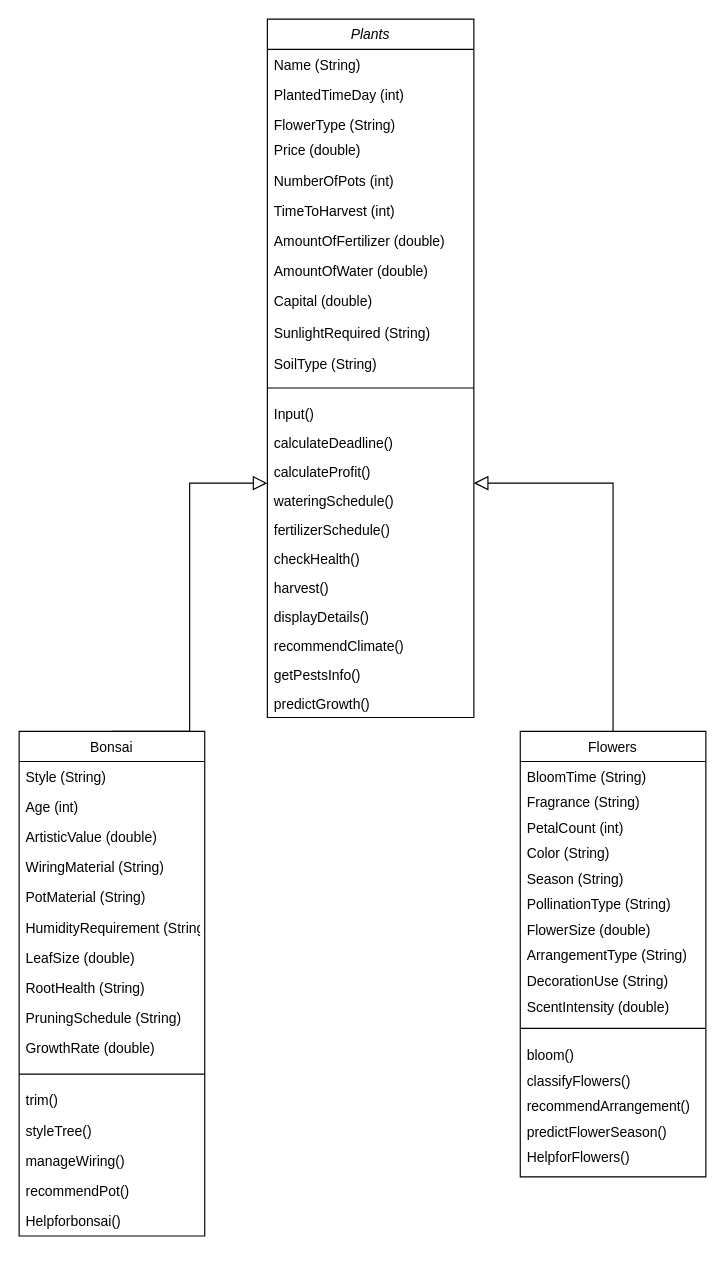
The draw.io diagram Untitled Diagram.drawio in NgoAnhThanThien/thanthien123, before the edit. Source tidied: cells renumbered, new cells numbered last; positions are measured from the earlier drawing's top-left corner, leaving out a move shared by most shapes. Both pictures are drawn from the tidied source at 116%, with x=0, y=0 at pixel (19, 19).
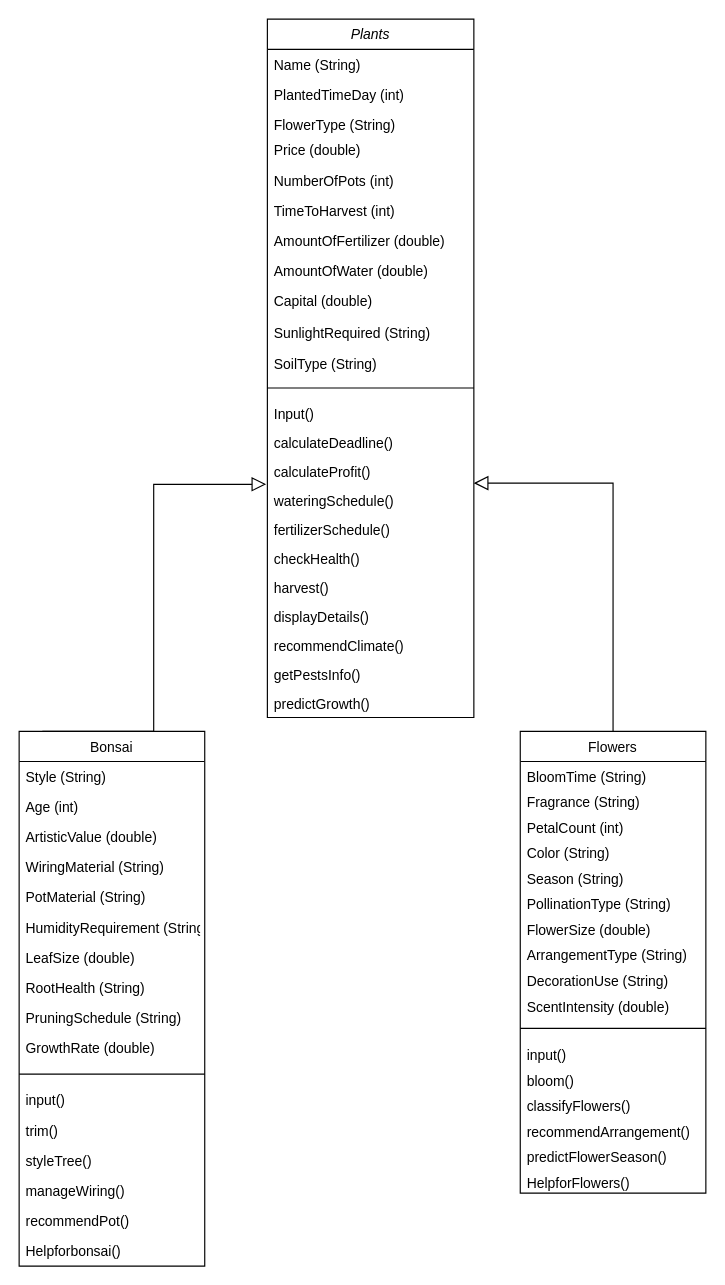
The same page after the edit.

Unchanged cells that the change refers to:
```xml
<mxCell id="18" value="wateringSchedule()" style="text;align=left;verticalAlign=top;spacingLeft=4;spacingRight=4;overflow=hidden;points=[[0,0.5],[1,0.5]];portConstraint=eastwest;" parent="2" vertex="1">
  <mxGeometry y="402" width="178" height="25" as="geometry" />
</mxCell>
```

Change to the diagram source:
```diff
@@
     <mxCell id="26" value="Bonsai" style="swimlane;fontStyle=0;align=center;verticalAlign=top;horizontal=1;startSize=26;rounded=0;shadow=0;strokeWidth=1;" parent="1" vertex="1">
-      <mxGeometry y="614" width="160" height="435" as="geometry" />
+      <mxGeometry y="614" width="160" height="461" as="geometry" />
     </mxCell>
@@
+    <mxCell id="62" value="input()" style="text;align=left;verticalAlign=top;spacingLeft=4;spacingRight=4;overflow=hidden;rounded=0;shadow=0;html=0;" parent="26" vertex="1">
+      <mxGeometry y="305" width="160" height="26" as="geometry" />
+    </mxCell>
     <mxCell id="38" value="trim()" style="text;align=left;verticalAlign=top;spacingLeft=4;spacingRight=4;overflow=hidden;rounded=0;shadow=0;html=0;" parent="26" vertex="1">
-      <mxGeometry y="305" width="160" height="26" as="geometry" />
+      <mxGeometry y="331" width="160" height="26" as="geometry" />
     </mxCell>
     <mxCell id="39" value="styleTree()" style="text;align=left;verticalAlign=top;spacingLeft=4;spacingRight=4;overflow=hidden;rounded=0;shadow=0;html=0;" parent="26" vertex="1">
-      <mxGeometry y="331" width="160" height="26" as="geometry" />
+      <mxGeometry y="357" width="160" height="26" as="geometry" />
     </mxCell>
     <mxCell id="40" value="manageWiring()" style="text;align=left;verticalAlign=top;spacingLeft=4;spacingRight=4;overflow=hidden;" parent="26" vertex="1">
-      <mxGeometry y="357" width="160" height="26" as="geometry" />
+      <mxGeometry y="383" width="160" height="26" as="geometry" />
     </mxCell>
     <mxCell id="41" value="recommendPot()" style="text;align=left;verticalAlign=top;spacingLeft=4;spacingRight=4;overflow=hidden;" parent="26" vertex="1">
-      <mxGeometry y="383" width="160" height="26" as="geometry" />
+      <mxGeometry y="409" width="160" height="26" as="geometry" />
     </mxCell>
     <mxCell id="42" value="Helpforbonsai()" style="text;align=left;verticalAlign=top;spacingLeft=4;spacingRight=4;overflow=hidden;" parent="26" vertex="1">
-      <mxGeometry y="409" width="160" height="26" as="geometry" />
+      <mxGeometry y="435" width="160" height="26" as="geometry" />
     </mxCell>
-    <mxCell id="43" style="endArrow=block;endSize=10;endFill=0;shadow=0;strokeWidth=1;rounded=0;edgeStyle=elbowEdgeStyle;exitX=0.5;exitY=0;exitDx=0;exitDy=0;" parent="1" edge="1" source="26">
+    <mxCell id="43" style="endArrow=block;endSize=10;endFill=0;shadow=0;strokeWidth=1;rounded=0;edgeStyle=elbowEdgeStyle;entryX=-0.006;entryY=-0.04;entryDx=0;entryDy=0;entryPerimeter=0;" parent="1" edge="1" target="18">
       <mxGeometry relative="1" as="geometry">
-        <mxPoint x="214" y="400" as="targetPoint" />
+        <mxPoint x="20" y="614" as="sourcePoint" />
       </mxGeometry>
     </mxCell>
     <mxCell id="44" value="Flowers" style="swimlane;fontStyle=0;align=center;verticalAlign=top;horizontal=1;startSize=26;rounded=0;shadow=0;strokeWidth=1;" parent="1" vertex="1">
-      <mxGeometry x="432" y="614" width="160" height="384" as="geometry" />
+      <mxGeometry x="432" y="614" width="160" height="398" as="geometry" />
     </mxCell>
@@
+    <mxCell id="63" value="input()" style="text;align=left;verticalAlign=top;spacingLeft=4;spacingRight=4;overflow=hidden;" parent="44" vertex="1">
+      <mxGeometry y="266" width="160" height="22" as="geometry" />
+    </mxCell>
     <mxCell id="56" value="bloom()" style="text;align=left;verticalAlign=top;spacingLeft=4;spacingRight=4;overflow=hidden;" parent="44" vertex="1">
-      <mxGeometry y="266" width="160" height="22" as="geometry" />
+      <mxGeometry y="288" width="160" height="22" as="geometry" />
     </mxCell>
     <mxCell id="57" value="classifyFlowers()" style="text;align=left;verticalAlign=top;spacingLeft=4;spacingRight=4;overflow=hidden;" parent="44" vertex="1">
-      <mxGeometry y="288" width="160" height="22" as="geometry" />
+      <mxGeometry y="310" width="160" height="22" as="geometry" />
     </mxCell>
     <mxCell id="58" value="recommendArrangement()" style="text;align=left;verticalAlign=top;spacingLeft=4;spacingRight=4;overflow=hidden;" parent="44" vertex="1">
-      <mxGeometry y="310" width="160" height="22" as="geometry" />
+      <mxGeometry y="332" width="160" height="22" as="geometry" />
     </mxCell>
     <mxCell id="59" value="predictFlowerSeason()" style="text;align=left;verticalAlign=top;spacingLeft=4;spacingRight=4;overflow=hidden;" parent="44" vertex="1">
-      <mxGeometry y="332" width="160" height="22" as="geometry" />
+      <mxGeometry y="354" width="160" height="22" as="geometry" />
     </mxCell>
     <mxCell id="60" value="HelpforFlowers()" style="text;align=left;verticalAlign=top;spacingLeft=4;spacingRight=4;overflow=hidden;" parent="44" vertex="1">
-      <mxGeometry y="354" width="160" height="22" as="geometry" />
+      <mxGeometry y="376" width="160" height="22" as="geometry" />
     </mxCell>
```
